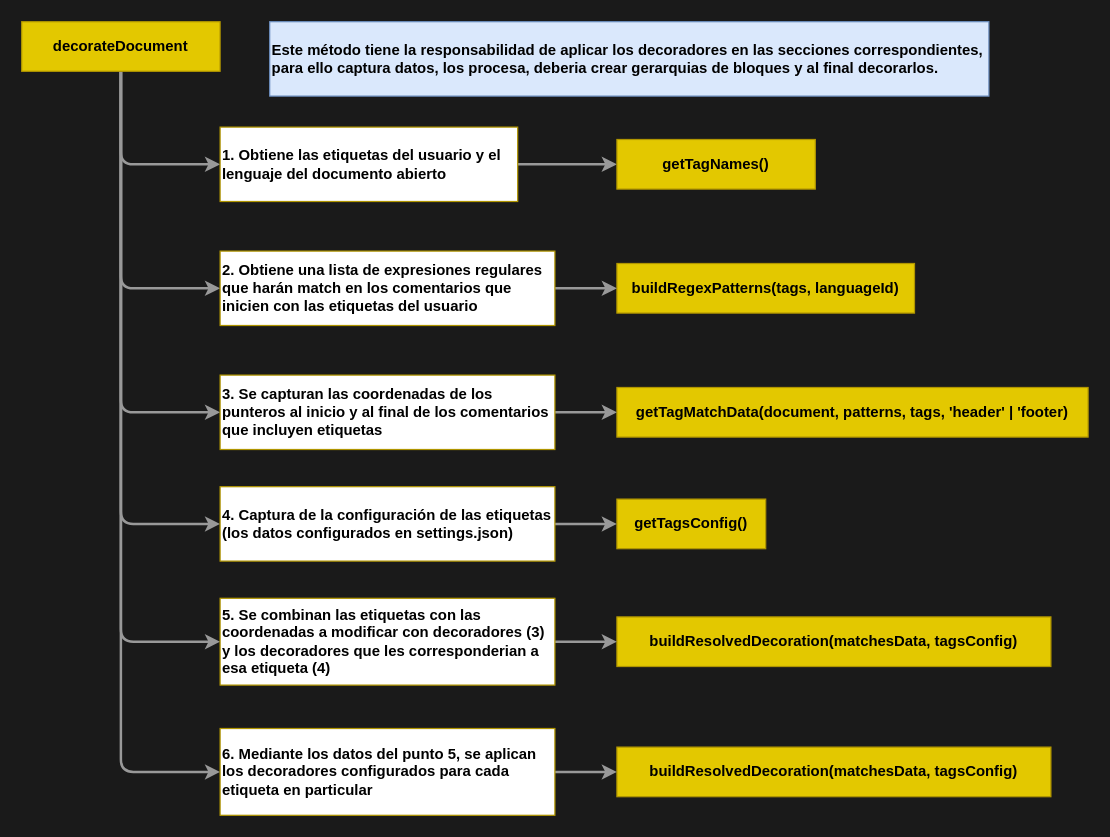
Before: page "decorateDocument" (3 of 3) of logic.drawio in lordexe22/color-suit-comments, a draw.io diagram. Source tidied: cells renumbered, new cells numbered last; positions are measured from the earlier drawing's top-left corner, leaving out a move shared by most shapes. Both pictures are drawn from the tidied source at 124%, with x=0, y=0 at pixel (21, 21).
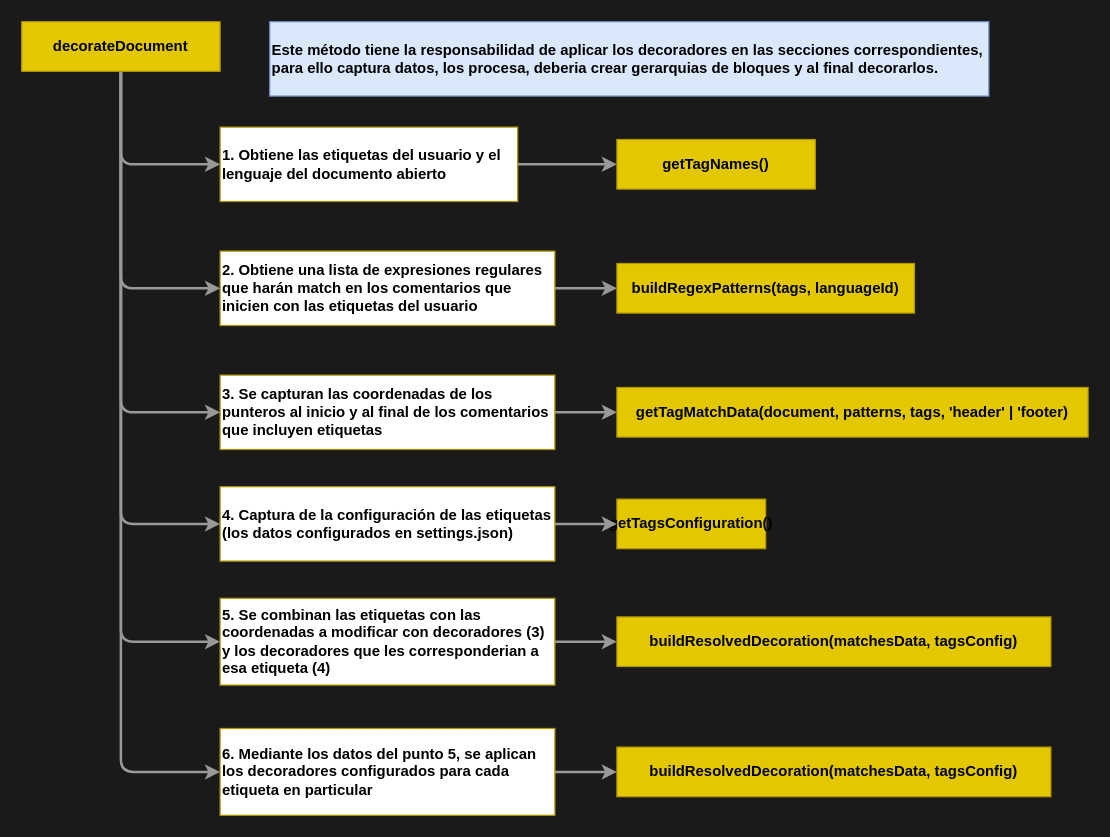
After the change.

What changed in the source:
```diff
@@
-    <mxCell id="19" value="&lt;b&gt;getTagsConfig()&lt;/b&gt;" style="rounded=0;whiteSpace=wrap;html=1;fillColor=#e3c800;strokeColor=#B09500;fontColor=#000000;" parent="1" vertex="1">
+    <mxCell id="19" value="&lt;b&gt;getTagsConfiguration()&lt;/b&gt;" style="rounded=0;whiteSpace=wrap;html=1;fillColor=#e3c800;strokeColor=#B09500;fontColor=#000000;" parent="1" vertex="1">
       <mxGeometry x="480" y="385" width="120" height="40" as="geometry" />
     </mxCell>
```
